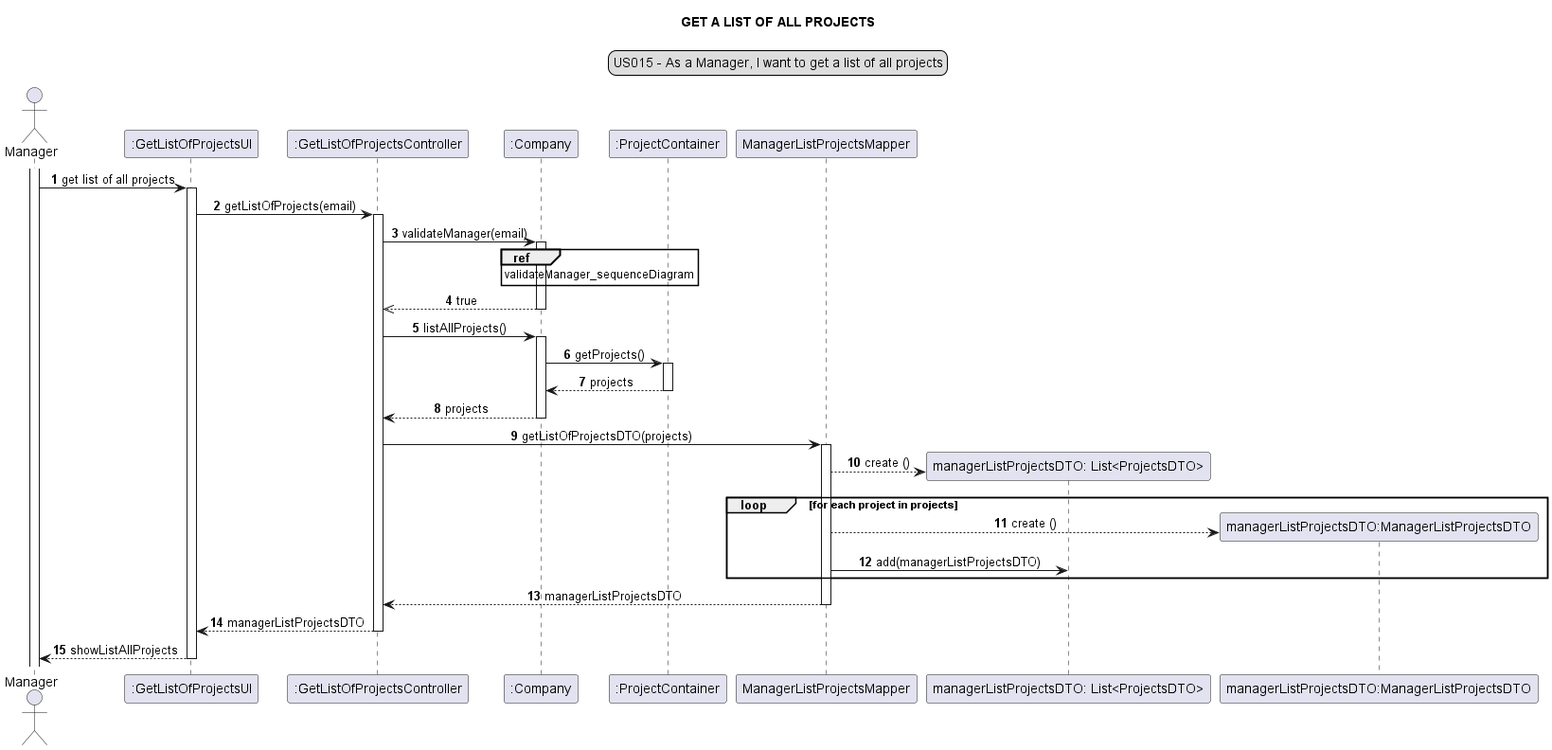
Above: docs/modelling_design/user_stories/sprint02/us015/US015_sequenceDiagram-GET_A_LIST_OF_ALL_PROJECTS.png in Loracline/project_switch_22-23 (PlantUML), before the change.
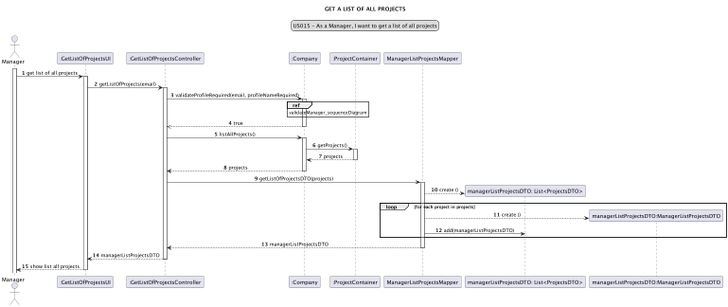
The same file after the commit.

Change to the diagram source:
```diff
@@ -19,13 +19,10 @@
 activate ui
 ui -> controller: getListOfProjects(email)
 activate controller
-controller -> company: validateManager(email)
+controller -> company: validateProfileRequired(email, profileNameRequired)
 activate company
 ref over company: validateManager_sequenceDiagram
 company -->> controller: true
-deactivate company
-
-
 deactivate company
 controller -> company: listAllProjects()
 activate company
@@ -48,6 +45,6 @@
 deactivate mapper
 ui <-- controller: managerListProjectsDTO
 deactivate controller
-ui --> Manager: showListAllProjects
+ui --> Manager: show list all projects
 deactivate ui
 @enduml
```
